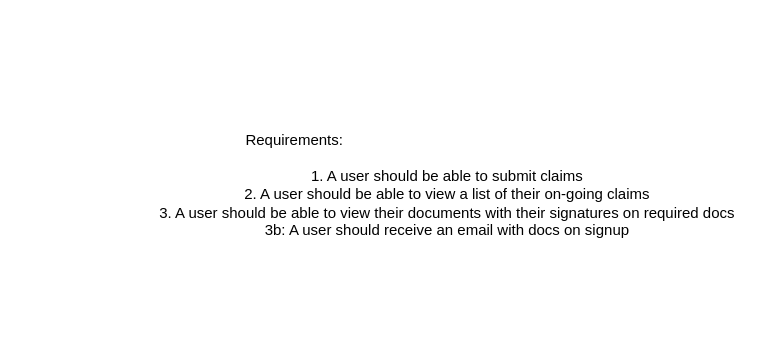
Earlier version of the draw.io diagram progress_claims.drawio (Cal3574/logic_diagrams). Source tidied: cells renumbered, new cells numbered last; positions are measured from the earlier drawing's top-left corner, leaving out a move shared by most shapes. Both pictures are drawn from the tidied source at 125%, with x=0, y=0 at pixel (146, 121).
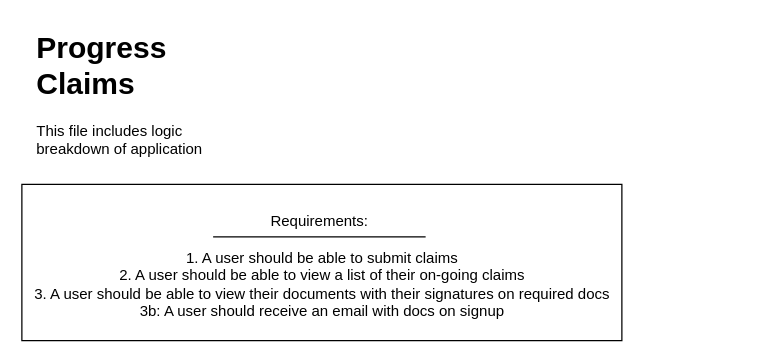
The same page after the edit.

What changed in the source:
```diff
@@
 <mxGraphModel>
   <root>
     <mxCell id="0" />
     <mxCell id="1" parent="0" />
+    <mxCell id="4" style="group;" parent="1" vertex="1">
+      <mxGeometry x="-100" y="50" width="480" height="125" as="geometry" />
+    </mxCell>
+    <mxCell id="5" style="rounded=0;whiteSpace=wrap;html=1;" parent="4" vertex="1">
+      <mxGeometry width="480" height="125" as="geometry" />
+    </mxCell>
-    <mxCell id="2" value="Requirements:&amp;nbsp;" style="text;html=1;align=center;verticalAlign=middle;whiteSpace=wrap;rounded=0;" parent="1" vertex="1">
-      <mxGeometry x="60" width="120" height="30" as="geometry" />
+    <mxCell id="2" value="Requirements:&amp;nbsp;" style="text;html=1;align=center;verticalAlign=middle;whiteSpace=wrap;rounded=0;" parent="4" vertex="1">
+      <mxGeometry x="180" y="15" width="120" height="30" as="geometry" />
     </mxCell>
-    <mxCell id="3" value="1. A user should be able to submit claims&lt;div&gt;2. A user should be able to view a list of their on-going claims&lt;/div&gt;&lt;div&gt;3. A user should be able to view their documents with their signatures on required docs&lt;/div&gt;&lt;div&gt;3b: A user should receive an email with docs on signup&lt;/div&gt;" style="text;html=1;align=center;verticalAlign=middle;strokeColor=none;fillColor=none;" parent="1" vertex="1">
-      <mxGeometry y="30" width="480" height="70" as="geometry" />
+    <mxCell id="3" value="1. A user should be able to submit claims&lt;div&gt;2. A user should be able to view a list of their on-going claims&lt;/div&gt;&lt;div&gt;3. A user should be able to view their documents with their signatures on required docs&lt;/div&gt;&lt;div&gt;3b: A user should receive an email with docs on signup&lt;/div&gt;" style="text;html=1;align=center;verticalAlign=middle;strokeColor=none;fillColor=none;" parent="4" vertex="1">
+      <mxGeometry y="45" width="480" height="70" as="geometry" />
     </mxCell>
+    <mxCell id="6" style="endArrow=none;html=1;rounded=0;" parent="4" edge="1">
+      <mxGeometry relative="1" as="geometry">
+        <mxPoint x="153" y="42" as="sourcePoint" />
+        <mxPoint x="323" y="42" as="targetPoint" />
+      </mxGeometry>
+    </mxCell>
+    <mxCell id="7" value="&lt;h1 style=&quot;margin-top: 0px;&quot;&gt;Progress Claims&lt;/h1&gt;&lt;div&gt;This file includes logic breakdown of application&lt;/div&gt;" style="text;html=1;whiteSpace=wrap;overflow=hidden;rounded=0;" parent="1" vertex="1">
+      <mxGeometry x="-90" y="-80" width="180" height="120" as="geometry" />
+    </mxCell>
   </root>
 </mxGraphModel>
```
